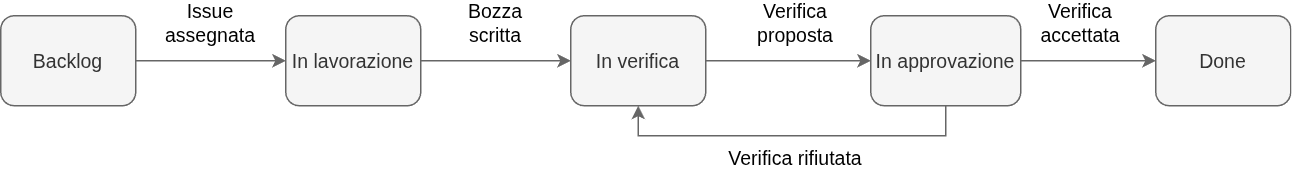
The draw.io diagram src/assets/Images/workflow.drawio.png in GroupRubberDuck/Documentazione, before a commit. Source tidied: cells renumbered, new cells last; positions are measured from the earlier drawing's top-left corner, leaving out a move shared by most shapes.
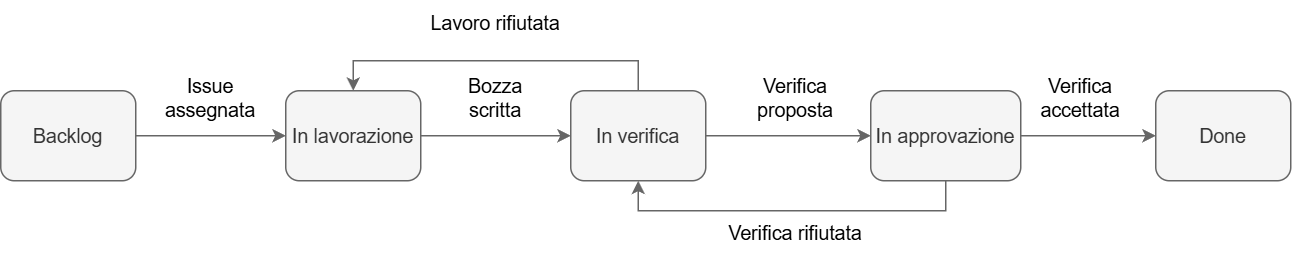
The same diagram one commit later.

Change to the diagram source:
```diff
@@ -47,5 +47,11 @@
     <mxCell id="16" value="Verifica accettata" style="text;html=1;whiteSpace=wrap;align=center;verticalAlign=middle;rounded=0;fontFamily=Helvetica;fontSize=13;" parent="1" vertex="1">
       <mxGeometry x="690" width="60" height="30" as="geometry" />
     </mxCell>
+    <mxCell id="17" style="edgeStyle=orthogonalEdgeStyle;rounded=0;jettySize=auto;html=1;exitX=0.5;exitY=0;exitDx=0;exitDy=0;entryX=0.5;entryY=0;entryDx=0;entryDy=0;fontFamily=Helvetica;fontSize=13;fillColor=#f5f5f5;strokeColor=#666666;" parent="1" edge="1" source="7" target="5">
+      <mxGeometry relative="1" as="geometry" />
+    </mxCell>
+    <mxCell id="18" value="Lavoro rifiutata" style="text;html=1;whiteSpace=wrap;align=center;verticalAlign=middle;rounded=0;fontFamily=Helvetica;fontSize=13;" parent="1" vertex="1">
+      <mxGeometry x="280" y="-50" width="100" height="30" as="geometry" />
+    </mxCell>
   </root>
 </mxGraphModel>
```
